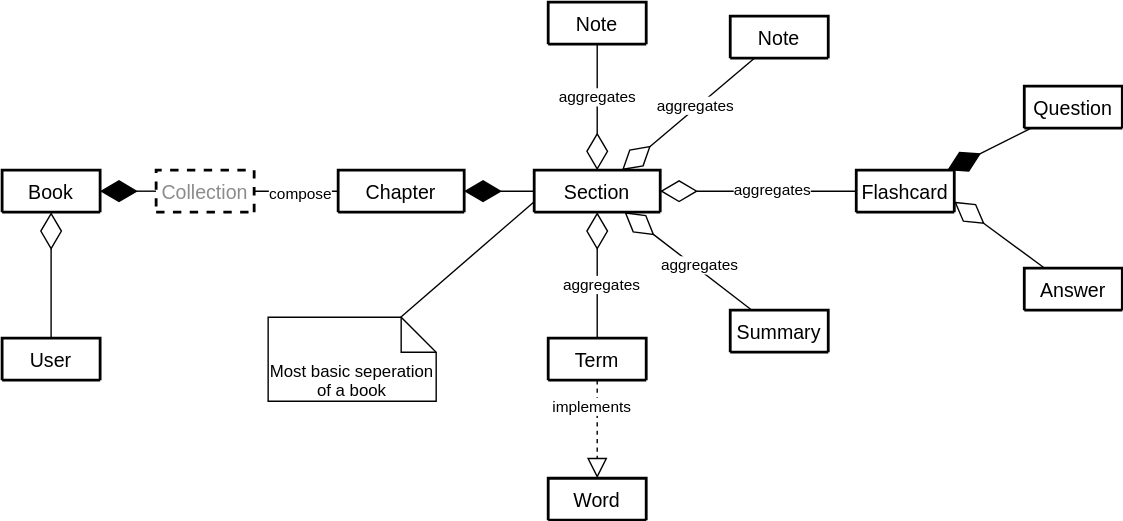
Erinbro/librimem keeps this draw.io diagram as api/relationships.svg. Above is the earlier version. Source tidied: cells renumbered, new cells last; positions are measured from the earlier drawing's top-left corner, leaving out a move shared by most shapes.
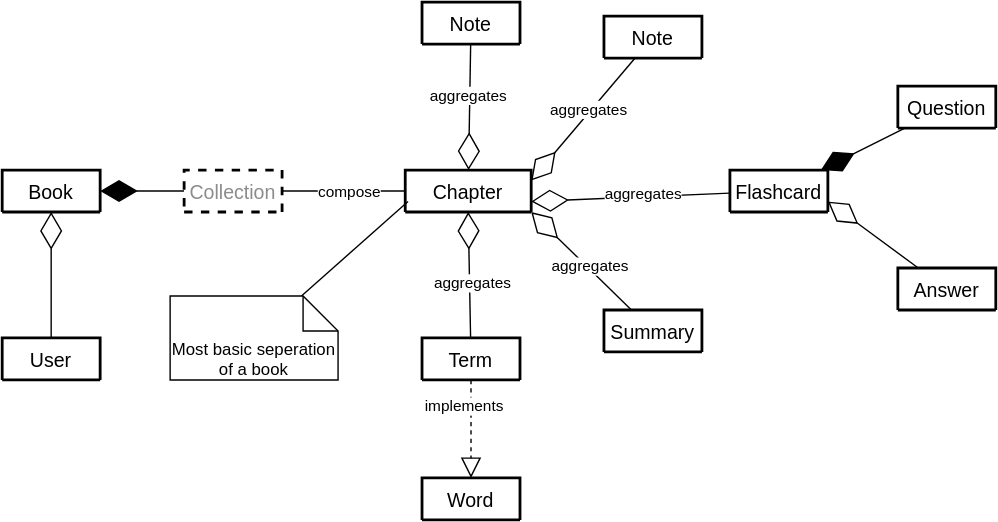
Later version of the same file.

The edit, as a diff of the source:
```diff
@@ -3,10 +3,10 @@
     <mxCell id="0" />
     <mxCell id="1" parent="0" />
     <mxCell id="2" value="Book" style="swimlane;horizontal=1;startSize=30;rounded=1;fontSize=14;fontStyle=0;strokeWidth=2;shadow=0;dashed=0;align=center;" parent="1" vertex="1" collapsed="1">
-      <mxGeometry y="120" width="70" height="30" as="geometry" />
+      <mxGeometry x="90" y="120" width="70" height="30" as="geometry" />
     </mxCell>
     <mxCell id="3" value="Chapter" style="swimlane;horizontal=1;startSize=30;rounded=1;fontSize=14;fontStyle=0;strokeWidth=2;shadow=0;dashed=0;align=center;" parent="1" vertex="1" collapsed="1">
-      <mxGeometry x="240" y="120" width="90" height="30" as="geometry" />
+      <mxGeometry x="378" y="120" width="90" height="30" as="geometry" />
     </mxCell>
     <mxCell id="4" style="endArrow=diamondThin;endFill=1;endSize=24;html=1;rounded=0;startArrow=none;" parent="1" edge="1" source="29" target="2">
       <mxGeometry relative="1" as="geometry" />
@@ -14,7 +14,7 @@
     <mxCell id="5" value="Note" style="swimlane;horizontal=1;startSize=30;rounded=1;fontSize=14;fontStyle=0;strokeWidth=2;shadow=0;dashed=0;align=center;" parent="1" vertex="1" collapsed="1">
       <mxGeometry x="520" y="10" width="70" height="30" as="geometry" />
     </mxCell>
-    <mxCell id="6" style="endArrow=diamondThin;endFill=0;endSize=24;html=1;rounded=0;" parent="1" edge="1" source="5" target="30">
+    <mxCell id="6" style="endArrow=diamondThin;endFill=0;endSize=24;html=1;rounded=0;entryX=1;entryY=0.25;entryDx=0;entryDy=0;" parent="1" edge="1" source="5" target="3">
       <mxGeometry relative="1" as="geometry" />
     </mxCell>
     <mxCell id="7" value="aggregates" style="edgeLabel;html=1;align=center;verticalAlign=middle;" parent="6" vertex="1">
@@ -34,7 +34,7 @@
         <mxPoint y="-1" as="offset" />
       </mxGeometry>
     </mxCell>
-    <mxCell id="12" style="endArrow=diamondThin;endFill=0;endSize=24;html=1;rounded=0;" parent="1" edge="1" source="9" target="30">
+    <mxCell id="12" style="endArrow=diamondThin;endFill=0;endSize=24;html=1;rounded=0;entryX=0.5;entryY=1;entryDx=0;entryDy=0;" parent="1" edge="1" source="9" target="3">
       <mxGeometry relative="1" as="geometry" />
     </mxCell>
     <mxCell id="13" value="aggregates" style="edgeLabel;html=1;align=center;verticalAlign=middle;" parent="12" vertex="1">
@@ -43,7 +43,7 @@
     <mxCell id="14" value="Note" style="swimlane;horizontal=1;startSize=30;rounded=1;fontSize=14;fontStyle=0;strokeWidth=2;shadow=0;dashed=0;align=center;" parent="1" vertex="1" collapsed="1">
       <mxGeometry x="390" width="70" height="30" as="geometry" />
     </mxCell>
-    <mxCell id="15" style="endArrow=diamondThin;endFill=0;endSize=24;html=1;rounded=0;" parent="1" edge="1" source="14" target="30">
+    <mxCell id="15" style="endArrow=diamondThin;endFill=0;endSize=24;html=1;rounded=0;" parent="1" edge="1" source="14" target="3">
       <mxGeometry relative="1" as="geometry" />
     </mxCell>
     <mxCell id="16" value="aggregates" style="edgeLabel;html=1;align=center;verticalAlign=middle;" parent="15" vertex="1">
@@ -64,7 +64,7 @@
     <mxCell id="21" style="endArrow=diamondThin;endFill=0;endSize=24;html=1;rounded=0;entryX=1;entryY=0.75;entryDx=0;entryDy=0;" parent="1" edge="1" source="18" target="17">
       <mxGeometry relative="1" as="geometry" />
     </mxCell>
-    <mxCell id="22" style="endArrow=diamondThin;endFill=0;endSize=24;html=1;rounded=0;" parent="1" edge="1" source="17" target="30">
+    <mxCell id="22" style="endArrow=diamondThin;endFill=0;endSize=24;html=1;rounded=0;entryX=1;entryY=0.75;entryDx=0;entryDy=0;" parent="1" edge="1" source="17" target="3">
       <mxGeometry relative="1" as="geometry" />
     </mxCell>
     <mxCell id="23" value="aggregates" style="edgeLabel;html=1;align=center;verticalAlign=middle;" parent="22" vertex="1">
@@ -73,7 +73,7 @@
     <mxCell id="24" value="Summary" style="swimlane;horizontal=1;startSize=30;rounded=1;fontSize=14;fontStyle=0;strokeWidth=2;shadow=0;dashed=0;align=center;" parent="1" vertex="1" collapsed="1">
       <mxGeometry x="520" y="220" width="70" height="30" as="geometry" />
     </mxCell>
-    <mxCell id="25" style="endArrow=diamondThin;endFill=0;endSize=24;html=1;rounded=0;" parent="1" edge="1" source="24" target="30">
+    <mxCell id="25" style="endArrow=diamondThin;endFill=0;endSize=24;html=1;rounded=0;entryX=1;entryY=1;entryDx=0;entryDy=0;" parent="1" edge="1" source="24" target="3">
       <mxGeometry relative="1" as="geometry" />
     </mxCell>
     <mxCell id="26" value="aggregates" style="edgeLabel;html=1;align=center;verticalAlign=middle;" parent="25" vertex="1">
@@ -86,22 +86,18 @@
       <mxGeometry x="-0.07" y="1" relative="1" as="geometry" />
     </mxCell>
     <mxCell id="29" value="Collection" style="swimlane;horizontal=1;startSize=30;rounded=1;fontSize=14;fontStyle=0;strokeWidth=2;shadow=0;dashed=1;align=center;fontColor=#8c8c8c;" parent="1" vertex="1" collapsed="1">
-      <mxGeometry x="110" y="120" width="70" height="30" as="geometry" />
+      <mxGeometry x="220" y="120" width="70" height="30" as="geometry" />
     </mxCell>
-    <mxCell id="30" value="Section" style="swimlane;horizontal=1;startSize=30;rounded=1;fontSize=14;fontStyle=0;strokeWidth=2;shadow=0;dashed=0;align=center;" parent="1" vertex="1" collapsed="1">
-      <mxGeometry x="380" y="120" width="90" height="30" as="geometry" />
-    </mxCell>
-    <mxCell id="31" style="rounded=0;jettySize=auto;html=1;entryX=0;entryY=0.75;entryDx=0;entryDy=0;endArrow=none;endFill=0;" parent="1" edge="1" source="32" target="30">
-      <mxGeometry relative="1" as="geometry" />
+    <mxCell id="31" style="rounded=0;jettySize=auto;html=1;entryX=0;entryY=0.75;entryDx=0;entryDy=0;endArrow=none;endFill=0;" parent="1" edge="1" source="32">
+      <mxGeometry relative="1" as="geometry">
+        <mxPoint x="380" y="142.5" as="targetPoint" />
+      </mxGeometry>
     </mxCell>
     <mxCell id="32" value="Most basic seperation of a book" style="shape=note2;boundedLbl=1;whiteSpace=wrap;html=1;size=25;verticalAlign=top;align=center;" parent="1" vertex="1">
-      <mxGeometry x="190" y="225" width="120" height="60" as="geometry" />
+      <mxGeometry x="210" y="210" width="120" height="60" as="geometry" />
     </mxCell>
-    <mxCell id="33" style="endArrow=diamondThin;endFill=1;endSize=24;html=1;rounded=0;" parent="1" edge="1" source="30" target="3">
-      <mxGeometry relative="1" as="geometry" />
-    </mxCell>
     <mxCell id="34" value="User" style="swimlane;horizontal=1;startSize=30;rounded=1;fontSize=14;fontStyle=0;strokeWidth=2;shadow=0;dashed=0;align=center;" parent="1" vertex="1" collapsed="1">
-      <mxGeometry y="240" width="70" height="30" as="geometry" />
+      <mxGeometry x="90" y="240" width="70" height="30" as="geometry" />
     </mxCell>
     <mxCell id="35" style="endArrow=diamondThin;endFill=0;endSize=24;html=1;rounded=0;" parent="1" edge="1" source="34" target="2">
       <mxGeometry relative="1" as="geometry" />
```
